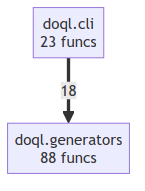
Earlier version of the Mermaid export project/compact_flow.png (oqlos/doql). Its source is kept beside it as project/compact_flow.mmd. Source of this version:
```mermaid
flowchart TD
    doql__cli["doql.cli<br/>23 funcs"]
    doql__generators["doql.generators<br/>88 funcs"]
    doql__cli ==>|18| doql__generators
```
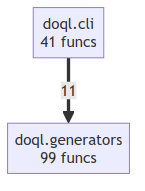
The same file after the commit.

Diff of the diagram source:
```diff
@@ -1,4 +1,4 @@
 flowchart TD
-    doql__cli["doql.cli<br/>23 funcs"]
-    doql__generators["doql.generators<br/>88 funcs"]
-    doql__cli ==>|18| doql__generators
+    doql__cli["doql.cli<br/>41 funcs"]
+    doql__generators["doql.generators<br/>99 funcs"]
+    doql__cli ==>|11| doql__generators
```
